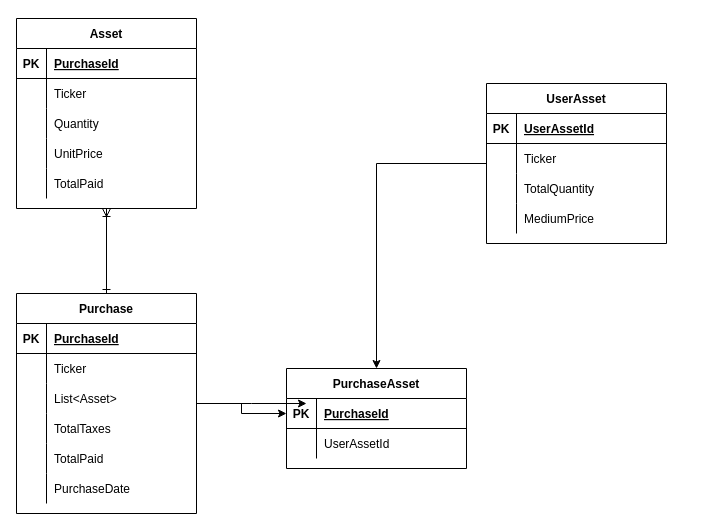
This is page "E-R" (3 of 3) of docs/Diagrams.drawio from juniobiel/FinanceApi, a draw.io file, before an edit. Source tidied: cells renumbered, new cells numbered last; positions are measured from the earlier drawing's top-left corner, leaving out a move shared by most shapes. Both pictures are drawn from the tidied source at 100%, with x=0, y=0 at pixel (16, 18).
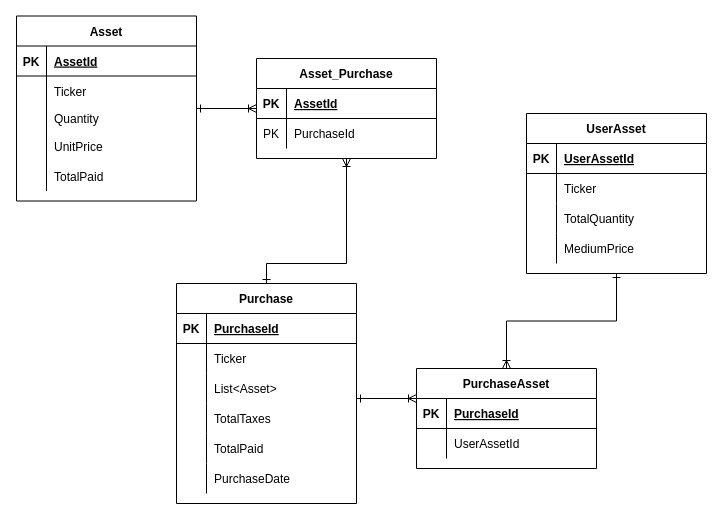
Above is the later version.

The change refers to these unchanged cells:
```xml
<mxCell id="26" style="shape=tableRow;horizontal=0;startSize=0;swimlaneHead=0;swimlaneBody=0;fillColor=none;top=0;left=0;right=0;bottom=1;" parent="25" vertex="1">
  <mxGeometry y="30" width="180" height="30" as="geometry" />
</mxCell>
<mxCell id="56" style="shape=tableRow;horizontal=0;startSize=0;swimlaneHead=0;swimlaneBody=0;fillColor=none;points=[[0,0.5],[1,0.5]];portConstraint=eastwest;top=0;left=0;right=0;bottom=1;" parent="55" vertex="1">
  <mxGeometry y="30" width="180" height="30" as="geometry" />
</mxCell>
```

Change to the diagram source:
```diff
@@
-    <mxCell id="2" style="edgeStyle=orthogonalEdgeStyle;rounded=0;jettySize=auto;html=1;entryX=0;entryY=0.5;entryDx=0;entryDy=0;" parent="1" edge="1" source="5">
-      <mxGeometry relative="1" as="geometry">
-        <mxPoint x="290" y="385" as="targetPoint" />
-      </mxGeometry>
-    </mxCell>
-    <mxCell id="3" style="edgeStyle=orthogonalEdgeStyle;rounded=0;jettySize=auto;html=1;" parent="1" edge="1" source="5" target="56">
-      <mxGeometry relative="1" as="geometry" />
+    <mxCell id="3" style="edgeStyle=orthogonalEdgeStyle;rounded=0;jettySize=auto;html=1;startArrow=ERone;startFill=0;endArrow=ERoneToMany;endFill=0;" parent="1" edge="1" source="5" target="56">
+      <mxGeometry relative="1" as="geometry">
+        <Array as="points">
+          <mxPoint x="280" y="395" />
+          <mxPoint x="280" y="395" />
+        </Array>
+      </mxGeometry>
     </mxCell>
-    <mxCell id="4" style="edgeStyle=orthogonalEdgeStyle;rounded=0;jettySize=auto;html=1;entryX=0.5;entryY=1;entryDx=0;entryDy=0;startArrow=ERone;startFill=0;endArrow=ERoneToMany;endFill=0;" parent="1" edge="1" source="5" target="25">
-      <mxGeometry relative="1" as="geometry" />
+    <mxCell id="4" style="edgeStyle=orthogonalEdgeStyle;rounded=0;jettySize=auto;html=1;entryX=0.5;entryY=1;entryDx=0;entryDy=0;startArrow=ERone;startFill=0;endArrow=ERoneToMany;endFill=0;exitX=0.5;exitY=0;exitDx=0;exitDy=0;" parent="1" edge="1" source="5" target="62">
+      <mxGeometry relative="1" as="geometry">
+        <Array as="points">
+          <mxPoint x="250" y="245" />
+          <mxPoint x="330" y="245" />
+        </Array>
+      </mxGeometry>
     </mxCell>
     <mxCell id="5" value="Purchase" style="shape=table;startSize=30;childLayout=tableLayout;rowLines=0;fontStyle=1;align=center;" parent="1" vertex="1">
-      <mxGeometry y="275" width="180" height="220" as="geometry" />
+      <mxGeometry x="160" y="265" width="180" height="220" as="geometry" />
     </mxCell>
@@
     <mxCell id="25" value="Asset" style="shape=table;startSize=30;childLayout=tableLayout;rowLines=0;fontStyle=1;align=center;" parent="1" vertex="1">
-      <mxGeometry width="180" height="190" as="geometry" />
+      <mxGeometry y="-2.5" width="180" height="185" as="geometry" />
     </mxCell>
@@
-    <mxCell id="28" value="PurchaseId" style="shape=partialRectangle;fillColor=none;top=0;left=0;bottom=0;right=0;align=left;spacingLeft=6;fontStyle=5;overflow=hidden;" parent="26" vertex="1">
+    <mxCell id="28" value="AssetId" style="shape=partialRectangle;fillColor=none;top=0;left=0;bottom=0;right=0;align=left;spacingLeft=6;fontStyle=5;overflow=hidden;" parent="26" vertex="1">
       <mxGeometry x="30" width="150" height="30" as="geometry" />
     </mxCell>
@@
     <mxCell id="32" style="shape=tableRow;horizontal=0;startSize=0;swimlaneHead=0;swimlaneBody=0;fillColor=none;top=0;left=0;right=0;bottom=0;" parent="25" vertex="1">
-      <mxGeometry y="90" width="180" height="30" as="geometry" />
+      <mxGeometry y="90" width="180" height="25" as="geometry" />
     </mxCell>
     <mxCell id="33" style="shape=partialRectangle;fillColor=none;top=0;left=0;bottom=0;right=0;overflow=hidden;" parent="32" vertex="1">
-      <mxGeometry width="30" height="30" as="geometry" />
+      <mxGeometry width="30" height="25" as="geometry" />
     </mxCell>
     <mxCell id="34" value="Quantity" style="shape=partialRectangle;fillColor=none;top=0;left=0;bottom=0;right=0;align=left;spacingLeft=6;overflow=hidden;" parent="32" vertex="1">
-      <mxGeometry x="30" width="150" height="30" as="geometry" />
+      <mxGeometry x="30" width="150" height="25" as="geometry" />
     </mxCell>
     <mxCell id="35" style="shape=tableRow;horizontal=0;startSize=0;swimlaneHead=0;swimlaneBody=0;fillColor=none;top=0;left=0;right=0;bottom=0;" parent="25" vertex="1">
-      <mxGeometry y="120" width="180" height="30" as="geometry" />
+      <mxGeometry y="115" width="180" height="30" as="geometry" />
     </mxCell>
@@
     <mxCell id="38" style="shape=tableRow;horizontal=0;startSize=0;swimlaneHead=0;swimlaneBody=0;fillColor=none;top=0;left=0;right=0;bottom=0;" parent="25" vertex="1">
-      <mxGeometry y="150" width="180" height="30" as="geometry" />
+      <mxGeometry y="145" width="180" height="30" as="geometry" />
     </mxCell>
@@
-    <mxCell id="41" style="edgeStyle=orthogonalEdgeStyle;rounded=0;jettySize=auto;html=1;entryX=0.5;entryY=0;entryDx=0;entryDy=0;" parent="1" edge="1" source="42" target="55">
+    <mxCell id="41" style="edgeStyle=orthogonalEdgeStyle;rounded=0;jettySize=auto;html=1;entryX=0.5;entryY=0;entryDx=0;entryDy=0;endArrow=ERoneToMany;endFill=0;startArrow=ERone;startFill=0;" parent="1" edge="1" source="42" target="55">
       <mxGeometry relative="1" as="geometry" />
     </mxCell>
     <mxCell id="42" value="UserAsset" style="shape=table;startSize=30;childLayout=tableLayout;rowLines=0;fontStyle=1;align=center;" parent="1" vertex="1">
-      <mxGeometry x="470" y="65" width="180" height="160" as="geometry" />
+      <mxGeometry x="510" y="95" width="180" height="160" as="geometry" />
     </mxCell>
@@
     <mxCell id="55" value="PurchaseAsset" style="shape=table;startSize=30;childLayout=tableLayout;rowLines=0;fontStyle=1;align=center;" parent="1" vertex="1">
-      <mxGeometry x="270" y="350" width="180" height="100" as="geometry" />
+      <mxGeometry x="400" y="350" width="180" height="100" as="geometry" />
     </mxCell>
@@
+    <mxCell id="62" value="Asset_Purchase" style="shape=table;startSize=30;childLayout=tableLayout;rowLines=0;fontStyle=1;align=center;" parent="1" vertex="1">
+      <mxGeometry x="240" y="40" width="180" height="100" as="geometry" />
+    </mxCell>
+    <mxCell id="63" style="shape=tableRow;horizontal=0;startSize=0;swimlaneHead=0;swimlaneBody=0;fillColor=none;top=0;left=0;right=0;bottom=1;" parent="62" vertex="1">
+      <mxGeometry y="30" width="180" height="30" as="geometry" />
+    </mxCell>
+    <mxCell id="64" value="PK" style="shape=partialRectangle;fillColor=none;top=0;left=0;bottom=0;right=0;fontStyle=1;overflow=hidden;" parent="63" vertex="1">
+      <mxGeometry width="30" height="30" as="geometry" />
+    </mxCell>
+    <mxCell id="65" value="AssetId" style="shape=partialRectangle;fillColor=none;top=0;left=0;bottom=0;right=0;align=left;spacingLeft=6;fontStyle=5;overflow=hidden;" parent="63" vertex="1">
+      <mxGeometry x="30" width="150" height="30" as="geometry" />
+    </mxCell>
+    <mxCell id="66" style="shape=tableRow;horizontal=0;startSize=0;swimlaneHead=0;swimlaneBody=0;fillColor=none;top=0;left=0;right=0;bottom=0;" parent="62" vertex="1">
+      <mxGeometry y="60" width="180" height="30" as="geometry" />
+    </mxCell>
+    <mxCell id="67" value="PK" style="shape=partialRectangle;fillColor=none;top=0;left=0;bottom=0;right=0;overflow=hidden;" parent="66" vertex="1">
+      <mxGeometry width="30" height="30" as="geometry" />
+    </mxCell>
+    <mxCell id="68" value="PurchaseId" style="shape=partialRectangle;fillColor=none;top=0;left=0;bottom=0;right=0;align=left;spacingLeft=6;overflow=hidden;" parent="66" vertex="1">
+      <mxGeometry x="30" width="150" height="30" as="geometry" />
+    </mxCell>
+    <mxCell id="69" style="edgeStyle=orthogonalEdgeStyle;rounded=0;jettySize=auto;html=1;startArrow=ERoneToMany;startFill=0;endArrow=ERone;endFill=0;" parent="1" edge="1" source="62" target="25">
+      <mxGeometry relative="1" as="geometry" />
+    </mxCell>
```
